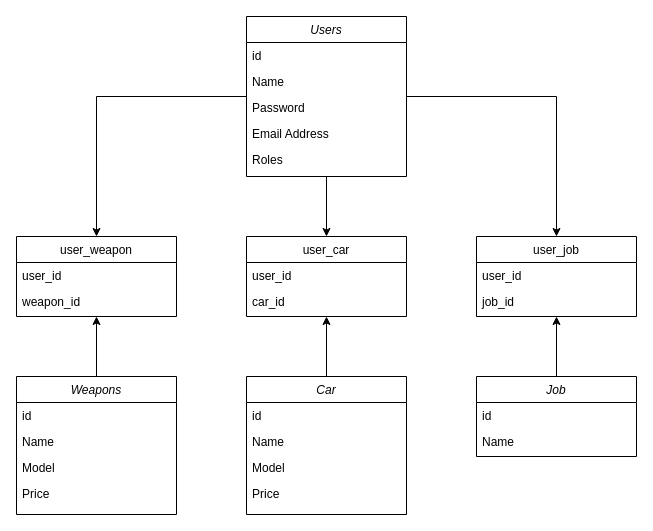
Before: uml.drawio in instarZz/newnamerp, a draw.io diagram. Source tidied: cells renumbered, new cells numbered last; positions are measured from the earlier drawing's top-left corner, leaving out a move shared by most shapes. Both pictures are drawn from the tidied source at 100%, with x=0, y=0 at pixel (16, 16).
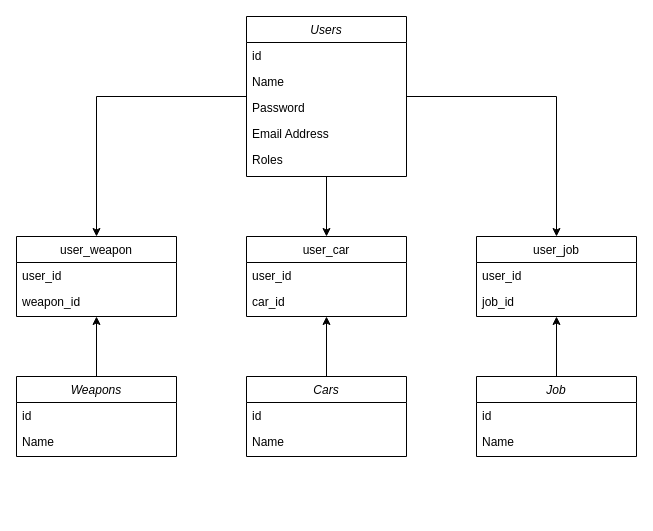
The same page after the edit.

Diff of the diagram source:
```diff
@@
-    <mxCell id="25" value="Car" style="swimlane;fontStyle=2;align=center;verticalAlign=top;horizontal=1;startSize=26;rounded=0;shadow=0;strokeWidth=1;" parent="1" vertex="1">
-      <mxGeometry x="230" y="360" width="160" height="138" as="geometry" />
+    <mxCell id="25" value="Cars" style="swimlane;fontStyle=2;align=center;verticalAlign=top;horizontal=1;startSize=26;rounded=0;shadow=0;strokeWidth=1;" parent="1" vertex="1">
+      <mxGeometry x="230" y="360" width="160" height="80" as="geometry" />
     </mxCell>
@@
-    <mxCell id="28" value="Model" style="text;align=left;verticalAlign=top;spacingLeft=4;spacingRight=4;overflow=hidden;rounded=0;shadow=0;html=0;" parent="25" vertex="1">
-      <mxGeometry y="78" width="160" height="26" as="geometry" />
-    </mxCell>
-    <mxCell id="29" value="Price" style="text;align=left;verticalAlign=top;spacingLeft=4;spacingRight=4;overflow=hidden;" parent="25" vertex="1">
-      <mxGeometry y="104" width="160" height="26" as="geometry" />
-    </mxCell>
@@
     <mxCell id="31" value="Weapons" style="swimlane;fontStyle=2;align=center;verticalAlign=top;horizontal=1;startSize=26;rounded=0;shadow=0;strokeWidth=1;" parent="1" vertex="1">
-      <mxGeometry y="360" width="160" height="138" as="geometry" />
+      <mxGeometry y="360" width="160" height="80" as="geometry" />
     </mxCell>
@@
-    <mxCell id="34" value="Model" style="text;align=left;verticalAlign=top;spacingLeft=4;spacingRight=4;overflow=hidden;rounded=0;shadow=0;html=0;" parent="31" vertex="1">
-      <mxGeometry y="78" width="160" height="26" as="geometry" />
-    </mxCell>
-    <mxCell id="35" value="Price" style="text;align=left;verticalAlign=top;spacingLeft=4;spacingRight=4;overflow=hidden;" parent="31" vertex="1">
-      <mxGeometry y="104" width="160" height="26" as="geometry" />
-    </mxCell>
```
